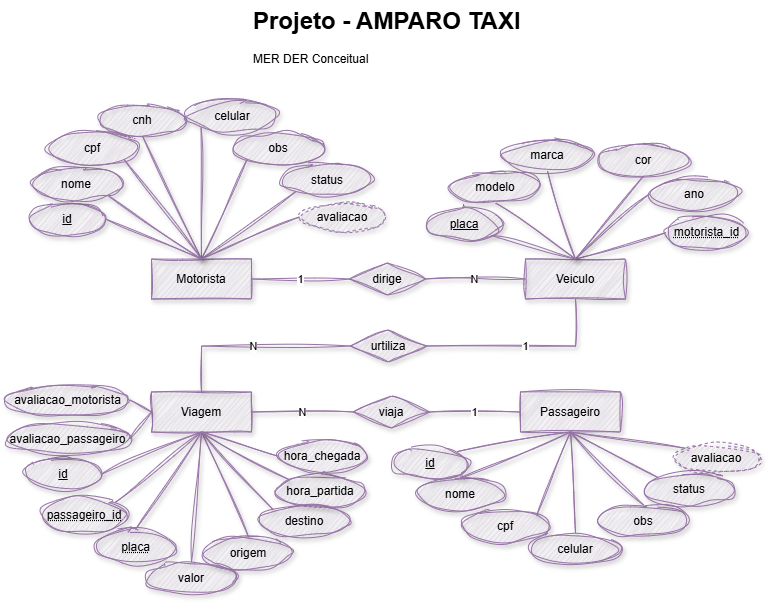
The draw.io diagram ds/turmas/1DES_B/2º Semestre/01-bcd/aula06/amparo_taxi/merder.png in wellifabio/senai2026, before a commit. Source tidied: cells renumbered, new cells last; positions are measured from the earlier drawing's top-left corner, leaving out a move shared by most shapes.
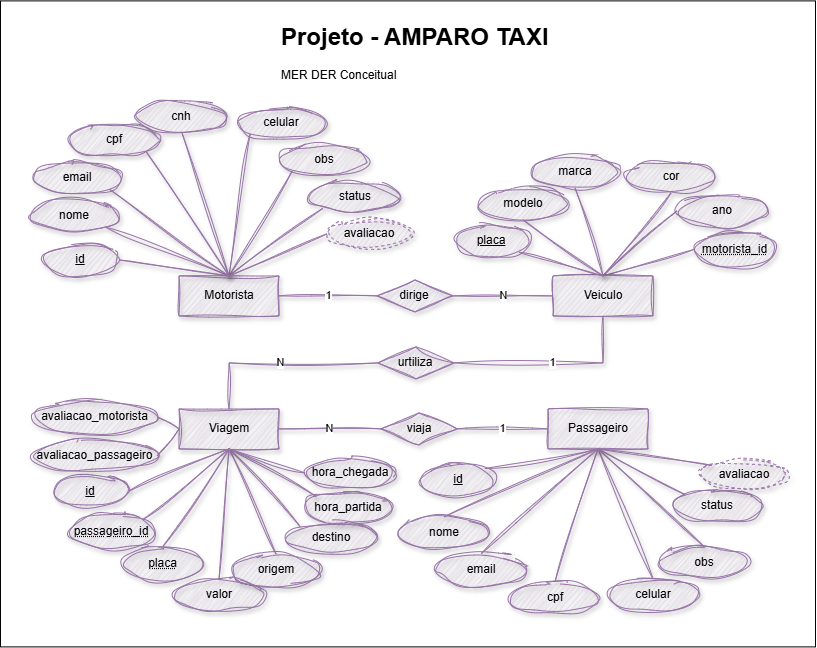
After the change.

What changed in the source:
```diff
@@ -4,2 +4,5 @@
     <mxCell id="1" parent="0" />
+    <mxCell id="78" value=" " style="rounded=0;whiteSpace=wrap;html=1;" parent="1" vertex="1">
+      <mxGeometry x="-32.5" y="-16" width="815" height="646" as="geometry" />
+    </mxCell>
     <mxCell id="2" value="&lt;h1 style=&quot;margin-top: 0px;&quot;&gt;Projeto - AMPARO TAXI&lt;/h1&gt;&lt;p&gt;MER DER Conceitual&lt;/p&gt;" style="text;html=1;whiteSpace=wrap;overflow=hidden;rounded=0;" parent="1" vertex="1">
@@ -17,7 +20,7 @@
     <mxCell id="6" value="cnh" style="ellipse;whiteSpace=wrap;html=1;align=center;fillColor=#e1d5e7;strokeColor=#9673a6;sketch=1;curveFitting=1;jiggle=2;shadow=1;" parent="1" vertex="1">
-      <mxGeometry x="92" y="104" width="90" height="32" as="geometry" />
+      <mxGeometry x="104" y="84" width="90" height="32" as="geometry" />
     </mxCell>
-    <mxCell id="7" value="id" style="ellipse;whiteSpace=wrap;html=1;align=center;fontStyle=4;fillColor=#e1d5e7;strokeColor=#9673a6;sketch=1;curveFitting=1;jiggle=2;shadow=1;" parent="1" vertex="1">
-      <mxGeometry x="24" y="203" width="76" height="32" as="geometry" />
-    </mxCell>
+    <mxCell id="79" value="id" style="ellipse;whiteSpace=wrap;html=1;align=center;fontStyle=4;fillColor=#e1d5e7;strokeColor=#9673a6;sketch=1;curveFitting=1;jiggle=2;shadow=1;" parent="1" vertex="1">
+      <mxGeometry x="10" y="227" width="76" height="32" as="geometry" />
+    </mxCell>
     <mxCell id="8" value="motorista_id" style="ellipse;whiteSpace=wrap;html=1;align=center;fontStyle=20;fillColor=#e1d5e7;strokeColor=#9673a6;sketch=1;curveFitting=1;jiggle=2;shadow=1;" parent="1" vertex="1">
@@ -25,26 +28,26 @@
     </mxCell>
-    <mxCell id="9" value="nome" style="ellipse;whiteSpace=wrap;html=1;align=center;fillColor=#e1d5e7;strokeColor=#9673a6;sketch=1;curveFitting=1;jiggle=2;shadow=1;" parent="1" vertex="1">
-      <mxGeometry x="26" y="168" width="90" height="32" as="geometry" />
-    </mxCell>
-    <mxCell id="10" value="cpf" style="ellipse;whiteSpace=wrap;html=1;align=center;fillColor=#e1d5e7;strokeColor=#9673a6;sketch=1;curveFitting=1;jiggle=2;shadow=1;" parent="1" vertex="1">
-      <mxGeometry x="42" y="132" width="90" height="32" as="geometry" />
-    </mxCell>
-    <mxCell id="11" value="celular" style="ellipse;whiteSpace=wrap;html=1;align=center;fillColor=#e1d5e7;strokeColor=#9673a6;sketch=1;curveFitting=1;jiggle=2;shadow=1;" parent="1" vertex="1">
-      <mxGeometry x="182" y="100" width="90" height="32" as="geometry" />
-    </mxCell>
-    <mxCell id="12" value="obs" style="ellipse;whiteSpace=wrap;html=1;align=center;fillColor=#e1d5e7;strokeColor=#9673a6;sketch=1;curveFitting=1;jiggle=2;shadow=1;" parent="1" vertex="1">
-      <mxGeometry x="228" y="132" width="90" height="32" as="geometry" />
-    </mxCell>
-    <mxCell id="13" value="status" style="ellipse;whiteSpace=wrap;html=1;align=center;fillColor=#e1d5e7;strokeColor=#9673a6;sketch=1;curveFitting=1;jiggle=2;shadow=1;" parent="1" vertex="1">
-      <mxGeometry x="277" y="164" width="90" height="32" as="geometry" />
-    </mxCell>
-    <mxCell id="14" style="rounded=0;jettySize=auto;html=1;exitX=0;exitY=1;exitDx=0;exitDy=0;entryX=0.5;entryY=0;entryDx=0;entryDy=0;endArrow=none;endFill=0;fillColor=#e1d5e7;strokeColor=#9673a6;sketch=1;curveFitting=1;jiggle=2;shadow=1;" parent="1" edge="1" source="13" target="3">
-      <mxGeometry relative="1" as="geometry" />
-    </mxCell>
-    <mxCell id="15" style="rounded=0;jettySize=auto;html=1;exitX=0;exitY=1;exitDx=0;exitDy=0;entryX=0.5;entryY=0;entryDx=0;entryDy=0;endArrow=none;endFill=0;fillColor=#e1d5e7;strokeColor=#9673a6;sketch=1;curveFitting=1;jiggle=2;shadow=1;" parent="1" edge="1" source="12" target="3">
-      <mxGeometry relative="1" as="geometry" />
-    </mxCell>
-    <mxCell id="16" style="rounded=0;jettySize=auto;html=1;exitX=0;exitY=1;exitDx=0;exitDy=0;entryX=0.5;entryY=0;entryDx=0;entryDy=0;endArrow=none;endFill=0;fillColor=#e1d5e7;strokeColor=#9673a6;sketch=1;curveFitting=1;jiggle=2;shadow=1;" parent="1" edge="1" source="11" target="3">
-      <mxGeometry relative="1" as="geometry" />
-    </mxCell>
+    <mxCell id="80" value="nome" style="ellipse;whiteSpace=wrap;html=1;align=center;fillColor=#e1d5e7;strokeColor=#9673a6;sketch=1;curveFitting=1;jiggle=2;shadow=1;" parent="1" vertex="1">
+      <mxGeometry x="-4" y="183" width="90" height="32" as="geometry" />
+    </mxCell>
+    <mxCell id="81" value="cpf" style="ellipse;whiteSpace=wrap;html=1;align=center;fillColor=#e1d5e7;strokeColor=#9673a6;sketch=1;curveFitting=1;jiggle=2;shadow=1;" parent="1" vertex="1">
+      <mxGeometry x="36" y="107" width="90" height="32" as="geometry" />
+    </mxCell>
+    <mxCell id="82" value="celular" style="ellipse;whiteSpace=wrap;html=1;align=center;fillColor=#e1d5e7;strokeColor=#9673a6;sketch=1;curveFitting=1;jiggle=2;shadow=1;" parent="1" vertex="1">
+      <mxGeometry x="204" y="90" width="90" height="32" as="geometry" />
+    </mxCell>
+    <mxCell id="83" value="obs" style="ellipse;whiteSpace=wrap;html=1;align=center;fillColor=#e1d5e7;strokeColor=#9673a6;sketch=1;curveFitting=1;jiggle=2;shadow=1;" parent="1" vertex="1">
+      <mxGeometry x="246" y="127" width="90" height="32" as="geometry" />
+    </mxCell>
+    <mxCell id="84" value="status" style="ellipse;whiteSpace=wrap;html=1;align=center;fillColor=#e1d5e7;strokeColor=#9673a6;sketch=1;curveFitting=1;jiggle=2;shadow=1;" parent="1" vertex="1">
+      <mxGeometry x="277" y="164" width="90" height="32" as="geometry" />
+    </mxCell>
+    <mxCell id="85" style="rounded=0;jettySize=auto;html=1;exitX=0;exitY=1;exitDx=0;exitDy=0;entryX=0.5;entryY=0;entryDx=0;entryDy=0;endArrow=none;endFill=0;fillColor=#e1d5e7;strokeColor=#9673a6;sketch=1;curveFitting=1;jiggle=2;shadow=1;" parent="1" edge="1" source="84" target="3">
+      <mxGeometry relative="1" as="geometry" />
+    </mxCell>
+    <mxCell id="86" style="rounded=0;jettySize=auto;html=1;exitX=0;exitY=1;exitDx=0;exitDy=0;entryX=0.5;entryY=0;entryDx=0;entryDy=0;endArrow=none;endFill=0;fillColor=#e1d5e7;strokeColor=#9673a6;sketch=1;curveFitting=1;jiggle=2;shadow=1;" parent="1" edge="1" source="83" target="3">
+      <mxGeometry relative="1" as="geometry" />
+    </mxCell>
+    <mxCell id="87" style="rounded=0;jettySize=auto;html=1;exitX=0;exitY=1;exitDx=0;exitDy=0;entryX=0.5;entryY=0;entryDx=0;entryDy=0;endArrow=none;endFill=0;fillColor=#e1d5e7;strokeColor=#9673a6;sketch=1;curveFitting=1;jiggle=2;shadow=1;" parent="1" edge="1" source="82" target="3">
+      <mxGeometry relative="1" as="geometry" />
+    </mxCell>
     <mxCell id="17" style="rounded=0;jettySize=auto;html=1;exitX=0.5;exitY=1;exitDx=0;exitDy=0;entryX=0.5;entryY=0;entryDx=0;entryDy=0;endArrow=none;endFill=0;fillColor=#e1d5e7;strokeColor=#9673a6;sketch=1;curveFitting=1;jiggle=2;shadow=1;" parent="1" edge="1" source="6" target="3">
@@ -52,17 +55,17 @@
     </mxCell>
-    <mxCell id="18" style="rounded=0;jettySize=auto;html=1;exitX=1;exitY=1;exitDx=0;exitDy=0;entryX=0.5;entryY=0;entryDx=0;entryDy=0;endArrow=none;endFill=0;fillColor=#e1d5e7;strokeColor=#9673a6;sketch=1;curveFitting=1;jiggle=2;shadow=1;" parent="1" edge="1" source="10" target="3">
-      <mxGeometry relative="1" as="geometry" />
-    </mxCell>
-    <mxCell id="19" style="rounded=0;jettySize=auto;html=1;exitX=1;exitY=1;exitDx=0;exitDy=0;entryX=0.5;entryY=0;entryDx=0;entryDy=0;endArrow=none;endFill=0;fillColor=#e1d5e7;strokeColor=#9673a6;sketch=1;curveFitting=1;jiggle=2;shadow=1;" parent="1" edge="1" source="9" target="3">
-      <mxGeometry relative="1" as="geometry" />
-    </mxCell>
-    <mxCell id="20" style="rounded=0;jettySize=auto;html=1;exitX=1;exitY=0.5;exitDx=0;exitDy=0;entryX=0.5;entryY=0;entryDx=0;entryDy=0;endArrow=none;endFill=0;fillColor=#e1d5e7;strokeColor=#9673a6;sketch=1;curveFitting=1;jiggle=2;shadow=1;" parent="1" edge="1" source="7" target="3">
-      <mxGeometry relative="1" as="geometry" />
-    </mxCell>
-    <mxCell id="21" value="avaliacao" style="ellipse;whiteSpace=wrap;html=1;align=center;dashed=1;fillColor=#e1d5e7;strokeColor=#9673a6;sketch=1;curveFitting=1;jiggle=2;shadow=1;" parent="1" vertex="1">
-      <mxGeometry x="294" y="203" width="86" height="28" as="geometry" />
-    </mxCell>
-    <mxCell id="22" style="rounded=0;jettySize=auto;html=1;exitX=0;exitY=0.5;exitDx=0;exitDy=0;entryX=0.5;entryY=0;entryDx=0;entryDy=0;endArrow=none;endFill=0;fillColor=#e1d5e7;strokeColor=#9673a6;sketch=1;curveFitting=1;jiggle=2;shadow=1;" parent="1" edge="1" source="21" target="3">
-      <mxGeometry relative="1" as="geometry" />
-    </mxCell>
+    <mxCell id="88" style="rounded=0;jettySize=auto;html=1;exitX=1;exitY=1;exitDx=0;exitDy=0;entryX=0.5;entryY=0;entryDx=0;entryDy=0;endArrow=none;endFill=0;fillColor=#e1d5e7;strokeColor=#9673a6;sketch=1;curveFitting=1;jiggle=2;shadow=1;" parent="1" edge="1" source="81" target="3">
+      <mxGeometry relative="1" as="geometry" />
+    </mxCell>
+    <mxCell id="89" style="rounded=0;jettySize=auto;html=1;exitX=1;exitY=1;exitDx=0;exitDy=0;entryX=0.5;entryY=0;entryDx=0;entryDy=0;endArrow=none;endFill=0;fillColor=#e1d5e7;strokeColor=#9673a6;sketch=1;curveFitting=1;jiggle=2;shadow=1;" parent="1" edge="1" source="80" target="3">
+      <mxGeometry relative="1" as="geometry" />
+    </mxCell>
+    <mxCell id="90" style="rounded=0;jettySize=auto;html=1;exitX=1;exitY=0.5;exitDx=0;exitDy=0;entryX=0.5;entryY=0;entryDx=0;entryDy=0;endArrow=none;endFill=0;fillColor=#e1d5e7;strokeColor=#9673a6;sketch=1;curveFitting=1;jiggle=2;shadow=1;" parent="1" edge="1" source="79" target="3">
+      <mxGeometry relative="1" as="geometry" />
+    </mxCell>
+    <mxCell id="91" value="avaliacao" style="ellipse;whiteSpace=wrap;html=1;align=center;dashed=1;fillColor=#e1d5e7;strokeColor=#9673a6;sketch=1;curveFitting=1;jiggle=2;shadow=1;" parent="1" vertex="1">
+      <mxGeometry x="294" y="203" width="86" height="28" as="geometry" />
+    </mxCell>
+    <mxCell id="92" style="rounded=0;jettySize=auto;html=1;exitX=0;exitY=0.5;exitDx=0;exitDy=0;entryX=0.5;entryY=0;entryDx=0;entryDy=0;endArrow=none;endFill=0;fillColor=#e1d5e7;strokeColor=#9673a6;sketch=1;curveFitting=1;jiggle=2;shadow=1;" parent="1" edge="1" source="91" target="3">
+      <mxGeometry relative="1" as="geometry" />
+    </mxCell>
     <mxCell id="23" value="placa" style="ellipse;whiteSpace=wrap;html=1;align=center;fontStyle=4;fillColor=#e1d5e7;strokeColor=#9673a6;sketch=1;curveFitting=1;jiggle=2;shadow=1;" parent="1" vertex="1">
@@ -82,44 +85,44 @@
     </mxCell>
-    <mxCell id="28" value="id" style="ellipse;whiteSpace=wrap;html=1;align=center;fontStyle=4;fillColor=#e1d5e7;strokeColor=#9673a6;sketch=1;curveFitting=1;jiggle=2;shadow=1;" parent="1" vertex="1">
-      <mxGeometry x="387" y="447" width="76" height="32" as="geometry" />
-    </mxCell>
-    <mxCell id="29" value="nome" style="ellipse;whiteSpace=wrap;html=1;align=center;fillColor=#e1d5e7;strokeColor=#9673a6;sketch=1;curveFitting=1;jiggle=2;shadow=1;" parent="1" vertex="1">
-      <mxGeometry x="410" y="478" width="90" height="32" as="geometry" />
-    </mxCell>
-    <mxCell id="30" value="cpf" style="ellipse;whiteSpace=wrap;html=1;align=center;fillColor=#e1d5e7;strokeColor=#9673a6;sketch=1;curveFitting=1;jiggle=2;shadow=1;" parent="1" vertex="1">
-      <mxGeometry x="455" y="510" width="90" height="32" as="geometry" />
-    </mxCell>
-    <mxCell id="31" value="celular" style="ellipse;whiteSpace=wrap;html=1;align=center;fillColor=#e1d5e7;strokeColor=#9673a6;sketch=1;curveFitting=1;jiggle=2;shadow=1;" parent="1" vertex="1">
-      <mxGeometry x="525" y="533" width="90" height="32" as="geometry" />
-    </mxCell>
-    <mxCell id="32" value="obs" style="ellipse;whiteSpace=wrap;html=1;align=center;fillColor=#e1d5e7;strokeColor=#9673a6;sketch=1;curveFitting=1;jiggle=2;shadow=1;" parent="1" vertex="1">
-      <mxGeometry x="593" y="505" width="90" height="32" as="geometry" />
-    </mxCell>
-    <mxCell id="33" value="status" style="ellipse;whiteSpace=wrap;html=1;align=center;fillColor=#e1d5e7;strokeColor=#9673a6;sketch=1;curveFitting=1;jiggle=2;shadow=1;" parent="1" vertex="1">
-      <mxGeometry x="639" y="473" width="90" height="32" as="geometry" />
-    </mxCell>
-    <mxCell id="34" value="avaliacao" style="ellipse;whiteSpace=wrap;html=1;align=center;dashed=1;fillColor=#e1d5e7;strokeColor=#9673a6;sketch=1;curveFitting=1;jiggle=2;shadow=1;" parent="1" vertex="1">
-      <mxGeometry x="668" y="444" width="86" height="28" as="geometry" />
-    </mxCell>
-    <mxCell id="35" style="rounded=0;jettySize=auto;html=1;exitX=1;exitY=0;exitDx=0;exitDy=0;entryX=0.5;entryY=1;entryDx=0;entryDy=0;endArrow=none;endFill=0;fillColor=#e1d5e7;strokeColor=#9673a6;sketch=1;curveFitting=1;jiggle=2;shadow=1;" parent="1" edge="1" source="28" target="27">
-      <mxGeometry relative="1" as="geometry" />
-    </mxCell>
-    <mxCell id="36" style="rounded=0;jettySize=auto;html=1;exitX=0.5;exitY=0;exitDx=0;exitDy=0;entryX=0.5;entryY=1;entryDx=0;entryDy=0;endArrow=none;endFill=0;fillColor=#e1d5e7;strokeColor=#9673a6;sketch=1;curveFitting=1;jiggle=2;shadow=1;" parent="1" edge="1" source="29" target="27">
-      <mxGeometry relative="1" as="geometry" />
-    </mxCell>
-    <mxCell id="37" style="rounded=0;jettySize=auto;html=1;exitX=1;exitY=0;exitDx=0;exitDy=0;entryX=0.5;entryY=1;entryDx=0;entryDy=0;endArrow=none;endFill=0;fillColor=#e1d5e7;strokeColor=#9673a6;sketch=1;curveFitting=1;jiggle=2;shadow=1;" parent="1" edge="1" source="30" target="27">
-      <mxGeometry relative="1" as="geometry" />
-    </mxCell>
-    <mxCell id="38" style="rounded=0;jettySize=auto;html=1;exitX=0.5;exitY=0;exitDx=0;exitDy=0;entryX=0.5;entryY=1;entryDx=0;entryDy=0;endArrow=none;endFill=0;fillColor=#e1d5e7;strokeColor=#9673a6;sketch=1;curveFitting=1;jiggle=2;shadow=1;" parent="1" edge="1" source="31" target="27">
-      <mxGeometry relative="1" as="geometry" />
-    </mxCell>
-    <mxCell id="39" style="rounded=0;jettySize=auto;html=1;exitX=0.5;exitY=0;exitDx=0;exitDy=0;entryX=0.5;entryY=1;entryDx=0;entryDy=0;endArrow=none;endFill=0;fillColor=#e1d5e7;strokeColor=#9673a6;sketch=1;curveFitting=1;jiggle=2;shadow=1;" parent="1" edge="1" source="32" target="27">
-      <mxGeometry relative="1" as="geometry" />
-    </mxCell>
-    <mxCell id="40" style="rounded=0;jettySize=auto;html=1;exitX=0;exitY=0;exitDx=0;exitDy=0;entryX=0.5;entryY=1;entryDx=0;entryDy=0;endArrow=none;endFill=0;fillColor=#e1d5e7;strokeColor=#9673a6;sketch=1;curveFitting=1;jiggle=2;shadow=1;" parent="1" edge="1" source="33" target="27">
-      <mxGeometry relative="1" as="geometry" />
-    </mxCell>
-    <mxCell id="41" style="rounded=0;jettySize=auto;html=1;exitX=0;exitY=0;exitDx=0;exitDy=0;entryX=0.5;entryY=1;entryDx=0;entryDy=0;endArrow=none;endFill=0;fillColor=#e1d5e7;strokeColor=#9673a6;sketch=1;curveFitting=1;jiggle=2;shadow=1;" parent="1" edge="1" source="34" target="27">
-      <mxGeometry relative="1" as="geometry" />
-    </mxCell>
+    <mxCell id="93" value="id" style="ellipse;whiteSpace=wrap;html=1;align=center;fontStyle=4;fillColor=#e1d5e7;strokeColor=#9673a6;sketch=1;curveFitting=1;jiggle=2;shadow=1;" parent="1" vertex="1">
+      <mxGeometry x="387" y="447" width="76" height="32" as="geometry" />
+    </mxCell>
+    <mxCell id="94" value="nome" style="ellipse;whiteSpace=wrap;html=1;align=center;fillColor=#e1d5e7;strokeColor=#9673a6;sketch=1;curveFitting=1;jiggle=2;shadow=1;" parent="1" vertex="1">
+      <mxGeometry x="366" y="500" width="90" height="32" as="geometry" />
+    </mxCell>
+    <mxCell id="95" value="cpf" style="ellipse;whiteSpace=wrap;html=1;align=center;fillColor=#e1d5e7;strokeColor=#9673a6;sketch=1;curveFitting=1;jiggle=2;shadow=1;" parent="1" vertex="1">
+      <mxGeometry x="477" y="565" width="90" height="32" as="geometry" />
+    </mxCell>
+    <mxCell id="96" value="celular" style="ellipse;whiteSpace=wrap;html=1;align=center;fillColor=#e1d5e7;strokeColor=#9673a6;sketch=1;curveFitting=1;jiggle=2;shadow=1;" parent="1" vertex="1">
+      <mxGeometry x="575" y="562" width="90" height="32" as="geometry" />
+    </mxCell>
+    <mxCell id="97" value="obs" style="ellipse;whiteSpace=wrap;html=1;align=center;fillColor=#e1d5e7;strokeColor=#9673a6;sketch=1;curveFitting=1;jiggle=2;shadow=1;" parent="1" vertex="1">
+      <mxGeometry x="626" y="529.5" width="90" height="32" as="geometry" />
+    </mxCell>
+    <mxCell id="98" value="status" style="ellipse;whiteSpace=wrap;html=1;align=center;fillColor=#e1d5e7;strokeColor=#9673a6;sketch=1;curveFitting=1;jiggle=2;shadow=1;" parent="1" vertex="1">
+      <mxGeometry x="639" y="473" width="90" height="32" as="geometry" />
+    </mxCell>
+    <mxCell id="99" value="avaliacao" style="ellipse;whiteSpace=wrap;html=1;align=center;dashed=1;fillColor=#e1d5e7;strokeColor=#9673a6;sketch=1;curveFitting=1;jiggle=2;shadow=1;" parent="1" vertex="1">
+      <mxGeometry x="668" y="444" width="86" height="28" as="geometry" />
+    </mxCell>
+    <mxCell id="100" style="rounded=0;jettySize=auto;html=1;exitX=1;exitY=0;exitDx=0;exitDy=0;entryX=0.5;entryY=1;entryDx=0;entryDy=0;endArrow=none;endFill=0;fillColor=#e1d5e7;strokeColor=#9673a6;sketch=1;curveFitting=1;jiggle=2;shadow=1;" parent="1" edge="1" source="93" target="27">
+      <mxGeometry relative="1" as="geometry" />
+    </mxCell>
+    <mxCell id="101" style="rounded=0;jettySize=auto;html=1;exitX=0.5;exitY=0;exitDx=0;exitDy=0;entryX=0.5;entryY=1;entryDx=0;entryDy=0;endArrow=none;endFill=0;fillColor=#e1d5e7;strokeColor=#9673a6;sketch=1;curveFitting=1;jiggle=2;shadow=1;" parent="1" edge="1" source="94" target="27">
+      <mxGeometry relative="1" as="geometry" />
+    </mxCell>
+    <mxCell id="102" style="rounded=0;jettySize=auto;html=1;exitX=0.5;exitY=0;exitDx=0;exitDy=0;entryX=0.5;entryY=1;entryDx=0;entryDy=0;endArrow=none;endFill=0;fillColor=#e1d5e7;strokeColor=#9673a6;sketch=1;curveFitting=1;jiggle=2;shadow=1;" parent="1" edge="1" source="95" target="27">
+      <mxGeometry relative="1" as="geometry" />
+    </mxCell>
+    <mxCell id="103" style="rounded=0;jettySize=auto;html=1;exitX=0.5;exitY=0;exitDx=0;exitDy=0;entryX=0.5;entryY=1;entryDx=0;entryDy=0;endArrow=none;endFill=0;fillColor=#e1d5e7;strokeColor=#9673a6;sketch=1;curveFitting=1;jiggle=2;shadow=1;" parent="1" edge="1" source="96" target="27">
+      <mxGeometry relative="1" as="geometry" />
+    </mxCell>
+    <mxCell id="104" style="rounded=0;jettySize=auto;html=1;exitX=0.5;exitY=0;exitDx=0;exitDy=0;entryX=0.5;entryY=1;entryDx=0;entryDy=0;endArrow=none;endFill=0;fillColor=#e1d5e7;strokeColor=#9673a6;sketch=1;curveFitting=1;jiggle=2;shadow=1;" parent="1" edge="1" source="97" target="27">
+      <mxGeometry relative="1" as="geometry" />
+    </mxCell>
+    <mxCell id="105" style="rounded=0;jettySize=auto;html=1;exitX=0;exitY=0;exitDx=0;exitDy=0;entryX=0.5;entryY=1;entryDx=0;entryDy=0;endArrow=none;endFill=0;fillColor=#e1d5e7;strokeColor=#9673a6;sketch=1;curveFitting=1;jiggle=2;shadow=1;" parent="1" edge="1" source="98" target="27">
+      <mxGeometry relative="1" as="geometry" />
+    </mxCell>
+    <mxCell id="106" style="rounded=0;jettySize=auto;html=1;exitX=0;exitY=0;exitDx=0;exitDy=0;entryX=0.5;entryY=1;entryDx=0;entryDy=0;endArrow=none;endFill=0;fillColor=#e1d5e7;strokeColor=#9673a6;sketch=1;curveFitting=1;jiggle=2;shadow=1;" parent="1" edge="1" source="99" target="27">
+      <mxGeometry relative="1" as="geometry" />
+    </mxCell>
     <mxCell id="42" value="ano" style="ellipse;whiteSpace=wrap;html=1;align=center;fillColor=#e1d5e7;strokeColor=#9673a6;sketch=1;curveFitting=1;jiggle=2;shadow=1;" parent="1" vertex="1">
@@ -145,5 +148,5 @@
     </mxCell>
-    <mxCell id="49" value="id" style="ellipse;whiteSpace=wrap;html=1;align=center;fontStyle=4;fillColor=#e1d5e7;strokeColor=#9673a6;sketch=1;curveFitting=1;jiggle=2;shadow=1;" parent="1" vertex="1">
-      <mxGeometry x="19.5" y="458.5" width="76" height="32" as="geometry" />
-    </mxCell>
+    <mxCell id="107" value="id" style="ellipse;whiteSpace=wrap;html=1;align=center;fontStyle=4;fillColor=#e1d5e7;strokeColor=#9673a6;sketch=1;curveFitting=1;jiggle=2;shadow=1;" parent="1" vertex="1">
+      <mxGeometry x="19.5" y="458.5" width="76" height="32" as="geometry" />
+    </mxCell>
     <mxCell id="50" value="passageiro_id" style="ellipse;whiteSpace=wrap;html=1;align=center;fontStyle=20;fillColor=#e1d5e7;strokeColor=#9673a6;sketch=1;curveFitting=1;jiggle=2;shadow=1;" parent="1" vertex="1">
@@ -181,5 +184,5 @@
     </mxCell>
-    <mxCell id="61" style="rounded=0;jettySize=auto;html=1;exitX=1;exitY=0.5;exitDx=0;exitDy=0;entryX=0.5;entryY=1;entryDx=0;entryDy=0;endArrow=none;endFill=0;fillColor=#e1d5e7;strokeColor=#9673a6;sketch=1;curveFitting=1;jiggle=2;shadow=1;" parent="1" edge="1" source="49" target="5">
-      <mxGeometry relative="1" as="geometry" />
-    </mxCell>
+    <mxCell id="108" style="rounded=0;jettySize=auto;html=1;exitX=1;exitY=0.5;exitDx=0;exitDy=0;entryX=0.5;entryY=1;entryDx=0;entryDy=0;endArrow=none;endFill=0;fillColor=#e1d5e7;strokeColor=#9673a6;sketch=1;curveFitting=1;jiggle=2;shadow=1;" parent="1" edge="1" source="107" target="5">
+      <mxGeometry relative="1" as="geometry" />
+    </mxCell>
     <mxCell id="62" style="rounded=0;jettySize=auto;html=1;exitX=1;exitY=0;exitDx=0;exitDy=0;entryX=0.5;entryY=1;entryDx=0;entryDy=0;endArrow=none;endFill=0;fillColor=#e1d5e7;strokeColor=#9673a6;sketch=1;curveFitting=1;jiggle=2;shadow=1;" parent="1" edge="1" source="50" target="5">
@@ -232,2 +235,14 @@
     </mxCell>
+    <mxCell id="109" value="email" style="ellipse;whiteSpace=wrap;html=1;align=center;fillColor=#e1d5e7;strokeColor=#9673a6;sketch=1;curveFitting=1;jiggle=2;shadow=1;" parent="1" vertex="1">
+      <mxGeometry x="403" y="537" width="90" height="32" as="geometry" />
+    </mxCell>
+    <mxCell id="110" style="rounded=0;jettySize=auto;html=1;exitX=0.5;exitY=0;exitDx=0;exitDy=0;entryX=0.5;entryY=1;entryDx=0;entryDy=0;endArrow=none;endFill=0;fillColor=#e1d5e7;strokeColor=#9673a6;sketch=1;curveFitting=1;jiggle=2;shadow=1;" parent="1" edge="1" source="109" target="27">
+      <mxGeometry relative="1" as="geometry" />
+    </mxCell>
+    <mxCell id="111" value="email" style="ellipse;whiteSpace=wrap;html=1;align=center;fillColor=#e1d5e7;strokeColor=#9673a6;sketch=1;curveFitting=1;jiggle=2;shadow=1;" parent="1" vertex="1">
+      <mxGeometry x="-0.5" y="145" width="90" height="32" as="geometry" />
+    </mxCell>
+    <mxCell id="112" style="rounded=0;jettySize=auto;html=1;exitX=1;exitY=1;exitDx=0;exitDy=0;entryX=0.5;entryY=0;entryDx=0;entryDy=0;endArrow=none;endFill=0;fillColor=#e1d5e7;strokeColor=#9673a6;sketch=1;curveFitting=1;jiggle=2;shadow=1;" parent="1" edge="1" source="111" target="3">
+      <mxGeometry relative="1" as="geometry" />
+    </mxCell>
   </root>
```
